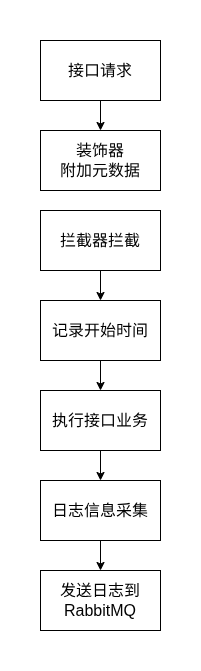
Above: static/pic/flowchart/interceptor.drawio.png in hongch666/mix-web-demo (draw.io), before the change. Source tidied: cells renumbered, new cells last; positions are measured from the earlier drawing's top-left corner, leaving out a move shared by most shapes.
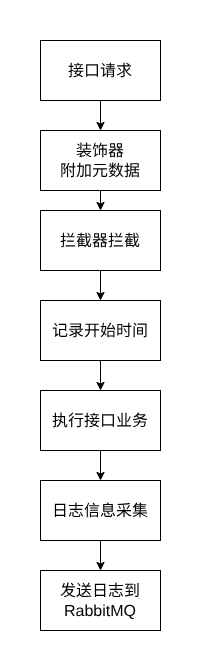
Later version of the same file.

Commit message:
增加部分流程图

The edit, as a diff of the source:
```diff
@@ -13,6 +13,9 @@
         <mxPoint x="100" y="260" as="sourcePoint" />
       </mxGeometry>
     </mxCell>
+    <mxCell id="18" style="edgeStyle=none;html=1;exitX=0.5;exitY=1;exitDx=0;exitDy=0;entryX=0.5;entryY=0;entryDx=0;entryDy=0;" parent="1" edge="1" source="5" target="17">
+      <mxGeometry relative="1" as="geometry" />
+    </mxCell>
     <mxCell id="5" value="装饰器&lt;br&gt;附加元数据" style="rounded=0;whiteSpace=wrap;html=1;fontSize=16;" parent="1" vertex="1">
       <mxGeometry x="40" y="130" width="120" height="60" as="geometry" />
     </mxCell>
```
